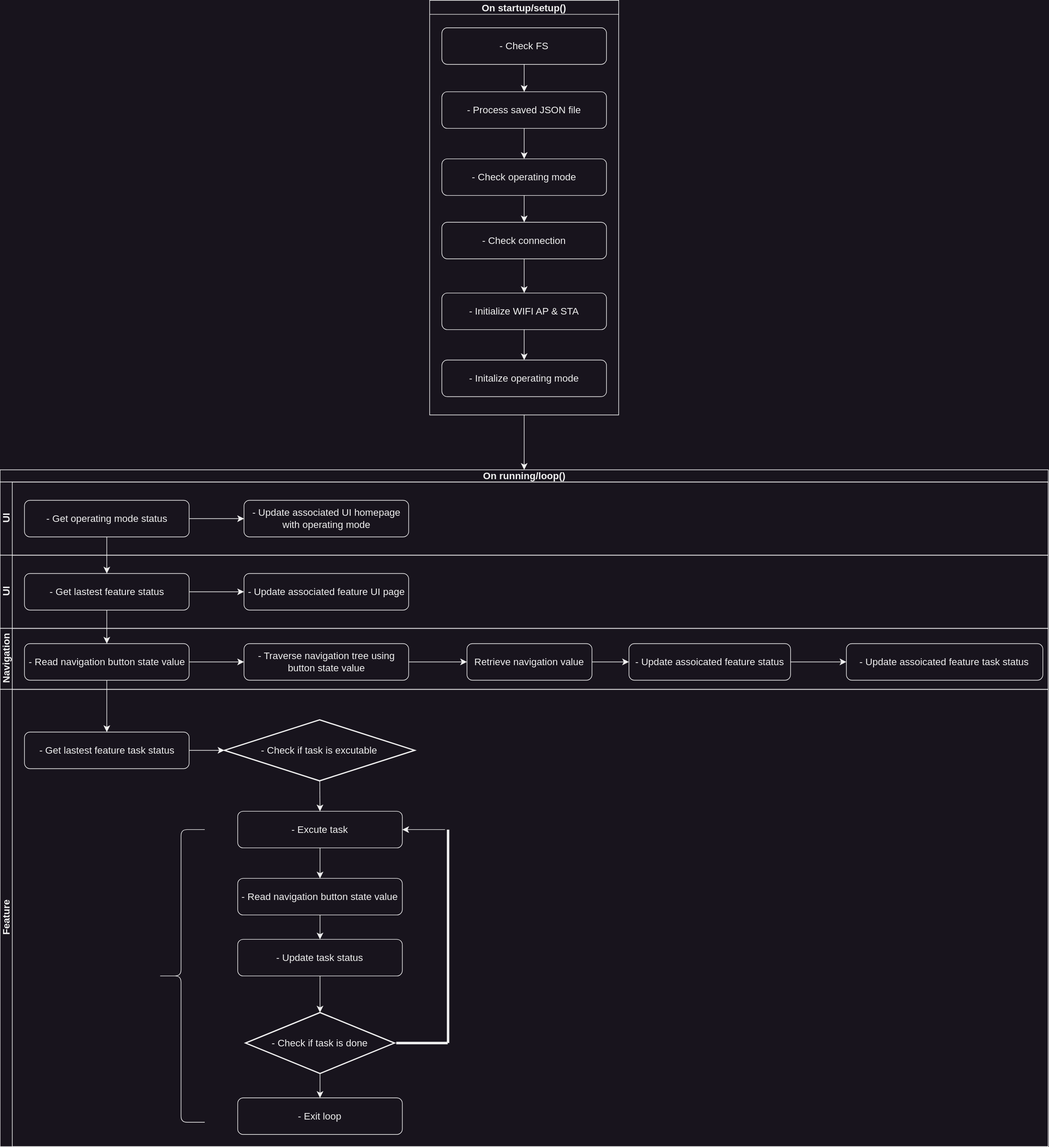
Above: Workflows/Device Firmware Flowchart-General.drawio.svg in kirichain/RFID (draw.io), before the change. Source tidied: cells renumbered, new cells last; positions are measured from the earlier drawing's top-left corner, leaving out a move shared by most shapes.
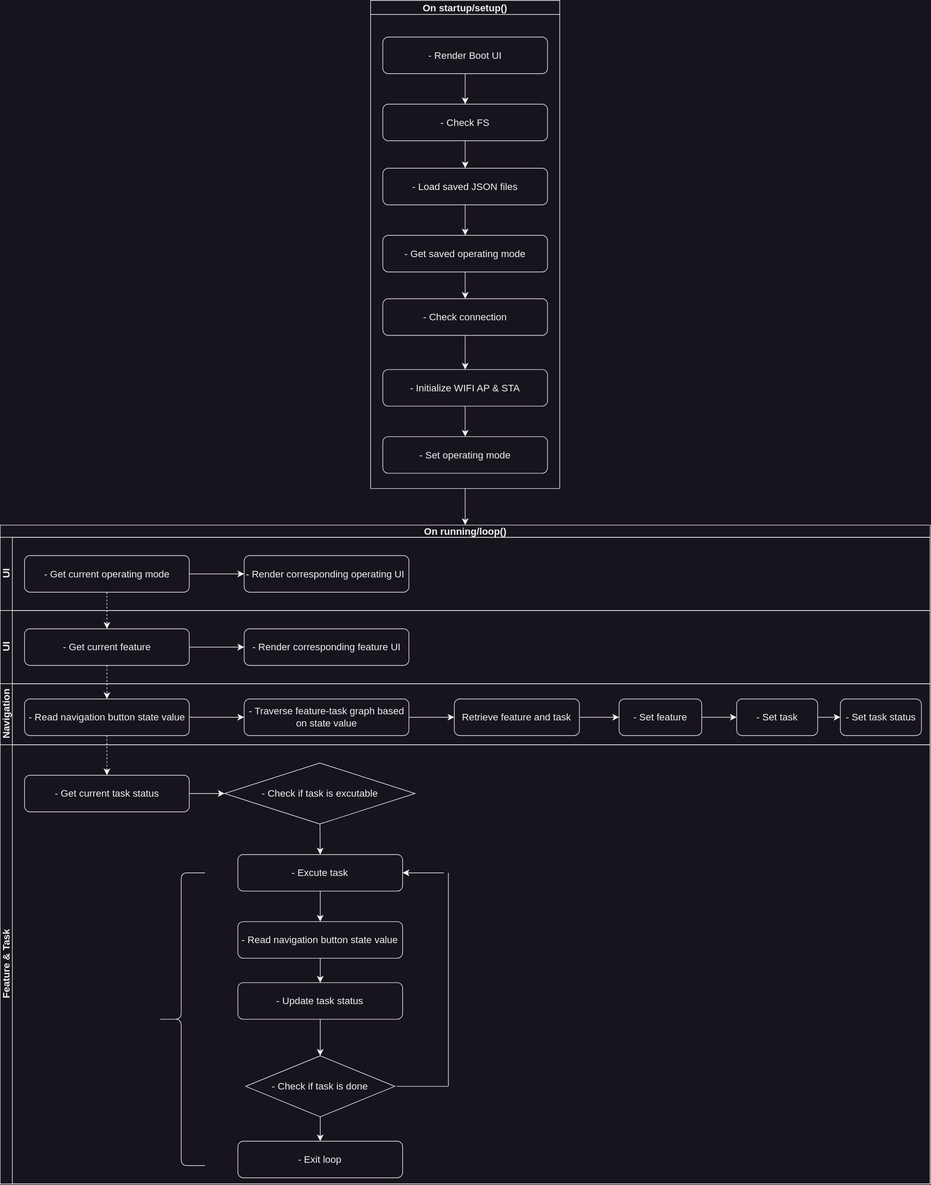
Later version of the same file.

Diff of the diagram source:
```diff
@@ -6,76 +6,82 @@
       <mxGeometry relative="1" as="geometry" />
     </mxCell>
     <mxCell id="3" value="On startup/setup()" style="swimlane;fontSize=16;" parent="1" vertex="1">
-      <mxGeometry x="704" width="310" height="680" as="geometry" />
+      <mxGeometry x="704" width="310" height="800" as="geometry" />
     </mxCell>
     <mxCell id="4" style="edgeStyle=none;curved=1;rounded=0;jettySize=auto;html=1;entryX=0.5;entryY=0;entryDx=0;entryDy=0;fontSize=12;startSize=8;endSize=8;" parent="3" edge="1" source="5" target="7">
       <mxGeometry relative="1" as="geometry" />
     </mxCell>
     <mxCell id="5" value="- Check FS" style="rounded=1;whiteSpace=wrap;html=1;fontSize=16;" parent="3" vertex="1">
-      <mxGeometry x="20" y="45" width="270" height="60" as="geometry" />
+      <mxGeometry x="20" y="170" width="270" height="60" as="geometry" />
     </mxCell>
     <mxCell id="6" style="edgeStyle=none;curved=1;rounded=0;jettySize=auto;html=1;entryX=0.5;entryY=0;entryDx=0;entryDy=0;fontSize=12;startSize=8;endSize=8;" parent="3" edge="1" source="7" target="9">
       <mxGeometry relative="1" as="geometry" />
     </mxCell>
-    <mxCell id="7" value="- Process saved JSON file" style="rounded=1;whiteSpace=wrap;html=1;fontSize=16;" parent="3" vertex="1">
-      <mxGeometry x="20" y="150" width="270" height="60" as="geometry" />
+    <mxCell id="7" value="- Load saved JSON files" style="rounded=1;whiteSpace=wrap;html=1;fontSize=16;" parent="3" vertex="1">
+      <mxGeometry x="20" y="275" width="270" height="60" as="geometry" />
     </mxCell>
     <mxCell id="8" style="edgeStyle=none;curved=1;rounded=0;jettySize=auto;html=1;entryX=0.5;entryY=0;entryDx=0;entryDy=0;fontSize=12;startSize=8;endSize=8;" parent="3" edge="1" source="9" target="11">
       <mxGeometry relative="1" as="geometry" />
     </mxCell>
-    <mxCell id="9" value="- Check operating mode" style="rounded=1;whiteSpace=wrap;html=1;fontSize=16;" parent="3" vertex="1">
-      <mxGeometry x="20" y="260" width="270" height="60" as="geometry" />
+    <mxCell id="9" value="- Get saved operating mode" style="rounded=1;whiteSpace=wrap;html=1;fontSize=16;" parent="3" vertex="1">
+      <mxGeometry x="20" y="385" width="270" height="60" as="geometry" />
     </mxCell>
     <mxCell id="10" style="edgeStyle=none;curved=1;rounded=0;jettySize=auto;html=1;entryX=0.5;entryY=0;entryDx=0;entryDy=0;fontSize=12;startSize=8;endSize=8;" parent="3" edge="1" source="11" target="13">
       <mxGeometry relative="1" as="geometry" />
     </mxCell>
     <mxCell id="11" value="- Check connection" style="rounded=1;whiteSpace=wrap;html=1;fontSize=16;" parent="3" vertex="1">
-      <mxGeometry x="20" y="364" width="270" height="60" as="geometry" />
+      <mxGeometry x="20" y="489" width="270" height="60" as="geometry" />
     </mxCell>
     <mxCell id="12" style="edgeStyle=none;curved=1;rounded=0;jettySize=auto;html=1;entryX=0.5;entryY=0;entryDx=0;entryDy=0;fontSize=12;startSize=8;endSize=8;" parent="3" edge="1" source="13" target="14">
       <mxGeometry relative="1" as="geometry" />
     </mxCell>
     <mxCell id="13" value="- Initialize WIFI AP &amp;amp; STA" style="rounded=1;whiteSpace=wrap;html=1;fontSize=16;" parent="3" vertex="1">
-      <mxGeometry x="20" y="480" width="270" height="60" as="geometry" />
+      <mxGeometry x="20" y="605" width="270" height="60" as="geometry" />
     </mxCell>
-    <mxCell id="14" value="- Initalize operating mode" style="rounded=1;whiteSpace=wrap;html=1;fontSize=16;" parent="3" vertex="1">
-      <mxGeometry x="20" y="590" width="270" height="60" as="geometry" />
+    <mxCell id="14" value="- Set operating mode" style="rounded=1;whiteSpace=wrap;html=1;fontSize=16;" parent="3" vertex="1">
+      <mxGeometry x="20" y="715" width="270" height="60" as="geometry" />
     </mxCell>
+    <mxCell id="55" style="edgeStyle=none;curved=1;rounded=0;jettySize=auto;html=1;entryX=0.5;entryY=0;entryDx=0;entryDy=0;fontSize=12;startSize=8;endSize=8;" parent="3" edge="1" source="56" target="5">
+      <mxGeometry relative="1" as="geometry" />
+    </mxCell>
+    <mxCell id="56" value="- Render Boot UI" style="rounded=1;whiteSpace=wrap;html=1;fontSize=16;" parent="3" vertex="1">
+      <mxGeometry x="20" y="60" width="270" height="60" as="geometry" />
+    </mxCell>
     <mxCell id="15" value="On running/loop()" style="swimlane;horizontal=1;startSize=20;html=1;fontSize=16;" parent="1" vertex="1">
-      <mxGeometry x="-0.5" y="770" width="1718.9" height="1110" as="geometry" />
+      <mxGeometry x="96.8" y="860" width="1524.5" height="1080" as="geometry" />
     </mxCell>
     <mxCell id="16" value="UI" style="swimlane;startSize=20;horizontal=0;html=1;fontSize=16;" parent="15" vertex="1">
-      <mxGeometry y="20" width="1718.9" height="120" as="geometry" />
+      <mxGeometry y="20" width="1524.5" height="120" as="geometry" />
     </mxCell>
     <mxCell id="17" style="edgeStyle=none;curved=1;rounded=0;jettySize=auto;html=1;entryX=0;entryY=0.5;entryDx=0;entryDy=0;fontSize=12;startSize=8;endSize=8;" parent="16" edge="1" source="18" target="19">
       <mxGeometry relative="1" as="geometry" />
     </mxCell>
-    <mxCell id="18" value="- Get operating mode status" style="rounded=1;whiteSpace=wrap;html=1;fontSize=16;" parent="16" vertex="1">
+    <mxCell id="18" value="- Get current operating mode" style="rounded=1;whiteSpace=wrap;html=1;fontSize=16;" parent="16" vertex="1">
       <mxGeometry x="40" y="30" width="270" height="60" as="geometry" />
     </mxCell>
-    <mxCell id="19" value="- Update associated UI homepage with operating mode" style="rounded=1;whiteSpace=wrap;html=1;fontSize=16;" parent="16" vertex="1">
+    <mxCell id="19" value="- Render corresponding operating UI&amp;nbsp;" style="rounded=1;whiteSpace=wrap;html=1;fontSize=16;" parent="16" vertex="1">
       <mxGeometry x="400" y="30" width="270" height="60" as="geometry" />
     </mxCell>
     <mxCell id="20" value="UI" style="swimlane;startSize=20;horizontal=0;html=1;fontSize=16;" parent="15" vertex="1">
-      <mxGeometry y="140" width="1718.9" height="120" as="geometry" />
+      <mxGeometry y="140" width="1524.5" height="120" as="geometry" />
     </mxCell>
     <mxCell id="21" style="edgeStyle=none;curved=1;rounded=0;jettySize=auto;html=1;entryX=0;entryY=0.5;entryDx=0;entryDy=0;fontSize=12;startSize=8;endSize=8;" parent="20" edge="1" source="22" target="23">
       <mxGeometry relative="1" as="geometry" />
     </mxCell>
-    <mxCell id="22" value="- Get lastest feature status" style="rounded=1;whiteSpace=wrap;html=1;fontSize=16;" parent="20" vertex="1">
+    <mxCell id="22" value="- Get current feature" style="rounded=1;whiteSpace=wrap;html=1;fontSize=16;" parent="20" vertex="1">
       <mxGeometry x="40" y="30" width="270" height="60" as="geometry" />
     </mxCell>
-    <mxCell id="23" value="- Update associated feature UI page" style="rounded=1;whiteSpace=wrap;html=1;fontSize=16;" parent="20" vertex="1">
+    <mxCell id="23" value="- Render corresponding&amp;nbsp;feature UI" style="rounded=1;whiteSpace=wrap;html=1;fontSize=16;" parent="20" vertex="1">
       <mxGeometry x="400" y="30" width="270" height="60" as="geometry" />
     </mxCell>
-    <mxCell id="24" style="edgeStyle=none;curved=1;rounded=0;jettySize=auto;html=1;entryX=0.5;entryY=0;entryDx=0;entryDy=0;fontSize=12;startSize=8;endSize=8;" parent="15" edge="1" source="18" target="22">
+    <mxCell id="24" style="edgeStyle=none;curved=1;rounded=0;jettySize=auto;html=1;entryX=0.5;entryY=0;entryDx=0;entryDy=0;fontSize=12;startSize=8;endSize=8;dashed=1;" parent="15" edge="1" source="18" target="22">
       <mxGeometry relative="1" as="geometry" />
     </mxCell>
-    <mxCell id="25" style="edgeStyle=none;curved=1;rounded=0;jettySize=auto;html=1;entryX=0.5;entryY=0;entryDx=0;entryDy=0;fontSize=12;startSize=8;endSize=8;" parent="15" edge="1" source="22" target="28">
+    <mxCell id="25" style="edgeStyle=none;curved=1;rounded=0;jettySize=auto;html=1;entryX=0.5;entryY=0;entryDx=0;entryDy=0;fontSize=12;startSize=8;endSize=8;dashed=1;" parent="15" edge="1" source="22" target="28">
       <mxGeometry relative="1" as="geometry" />
     </mxCell>
     <mxCell id="26" value="Navigation" style="swimlane;startSize=20;horizontal=0;html=1;fontSize=16;" parent="15" vertex="1">
-      <mxGeometry y="260" width="1718.9" height="100" as="geometry" />
+      <mxGeometry y="260" width="1524.5" height="100" as="geometry" />
     </mxCell>
     <mxCell id="27" style="edgeStyle=none;curved=1;rounded=0;jettySize=auto;html=1;entryX=0;entryY=0.5;entryDx=0;entryDy=0;fontSize=12;startSize=8;endSize=8;" parent="26" edge="1" source="28" target="30">
       <mxGeometry relative="1" as="geometry" />
@@ -86,81 +92,87 @@
     <mxCell id="29" style="edgeStyle=none;curved=1;rounded=0;jettySize=auto;html=1;entryX=0;entryY=0.5;entryDx=0;entryDy=0;fontSize=12;startSize=8;endSize=8;" parent="26" edge="1" source="30" target="32">
       <mxGeometry relative="1" as="geometry" />
     </mxCell>
-    <mxCell id="30" value="- Traverse navigation tree using button state value" style="rounded=1;whiteSpace=wrap;html=1;fontSize=16;" parent="26" vertex="1">
+    <mxCell id="30" value="- Traverse feature-task graph based on state value" style="rounded=1;whiteSpace=wrap;html=1;fontSize=16;" parent="26" vertex="1">
       <mxGeometry x="400" y="25" width="270" height="60" as="geometry" />
     </mxCell>
     <mxCell id="31" style="edgeStyle=none;curved=1;rounded=0;jettySize=auto;html=1;entryX=0;entryY=0.5;entryDx=0;entryDy=0;fontSize=12;startSize=8;endSize=8;" parent="26" edge="1" source="32" target="34">
       <mxGeometry relative="1" as="geometry" />
     </mxCell>
-    <mxCell id="32" value="Retrieve navigation value" style="rounded=1;whiteSpace=wrap;html=1;fontSize=16;" parent="26" vertex="1">
-      <mxGeometry x="765.6" y="25" width="205" height="60" as="geometry" />
+    <mxCell id="32" value="Retrieve feature and task" style="rounded=1;whiteSpace=wrap;html=1;fontSize=16;" parent="26" vertex="1">
+      <mxGeometry x="744.5" y="25" width="205" height="60" as="geometry" />
     </mxCell>
     <mxCell id="33" style="edgeStyle=none;curved=1;rounded=0;jettySize=auto;html=1;entryX=0;entryY=0.5;entryDx=0;entryDy=0;fontSize=12;startSize=8;endSize=8;" parent="26" edge="1" source="34" target="35">
       <mxGeometry relative="1" as="geometry" />
     </mxCell>
-    <mxCell id="34" value="- Update assoicated feature status" style="rounded=1;whiteSpace=wrap;html=1;fontSize=16;" parent="26" vertex="1">
-      <mxGeometry x="1031.2" y="25" width="265" height="60" as="geometry" />
+    <mxCell id="34" value="- Set feature" style="rounded=1;whiteSpace=wrap;html=1;fontSize=16;" parent="26" vertex="1">
+      <mxGeometry x="1014.5" y="25" width="135.5" height="60" as="geometry" />
     </mxCell>
+    <mxCell id="57" style="edgeStyle=none;curved=1;rounded=0;jettySize=auto;html=1;entryX=0;entryY=0.5;entryDx=0;entryDy=0;fontSize=12;startSize=8;endSize=8;" parent="26" edge="1" source="35" target="58">
+      <mxGeometry relative="1" as="geometry" />
+    </mxCell>
-    <mxCell id="35" value="- Update assoicated feature task status" style="rounded=1;whiteSpace=wrap;html=1;fontSize=16;" parent="26" vertex="1">
-      <mxGeometry x="1387.8" y="25" width="322.2" height="60" as="geometry" />
+    <mxCell id="35" value="- Set task" style="rounded=1;whiteSpace=wrap;html=1;fontSize=16;" parent="26" vertex="1">
+      <mxGeometry x="1207.2" y="25" width="132.8" height="60" as="geometry" />
     </mxCell>
+    <mxCell id="58" value="- Set task status" style="rounded=1;whiteSpace=wrap;html=1;fontSize=16;" parent="26" vertex="1">
+      <mxGeometry x="1377.2" y="25" width="132.8" height="60" as="geometry" />
+    </mxCell>
-    <mxCell id="36" value="Feature" style="swimlane;startSize=20;horizontal=0;html=1;fontSize=16;" parent="15" vertex="1">
-      <mxGeometry y="360" width="1718.9" height="750" as="geometry" />
+    <mxCell id="36" value="Feature &amp;amp; Task" style="swimlane;startSize=20;horizontal=0;html=1;fontSize=16;" parent="15" vertex="1">
+      <mxGeometry y="360" width="1524.5" height="720" as="geometry" />
     </mxCell>
-    <mxCell id="37" value="- Get lastest feature task status" style="rounded=1;whiteSpace=wrap;html=1;fontSize=16;" parent="36" vertex="1">
-      <mxGeometry x="40" y="70" width="270" height="60" as="geometry" />
+    <mxCell id="37" value="- Get current task status" style="rounded=1;whiteSpace=wrap;html=1;fontSize=16;" parent="36" vertex="1">
+      <mxGeometry x="40" y="50" width="270" height="60" as="geometry" />
     </mxCell>
     <mxCell id="38" style="edgeStyle=none;curved=1;rounded=0;jettySize=auto;html=1;entryX=0.5;entryY=0;entryDx=0;entryDy=0;fontSize=12;startSize=8;endSize=8;" parent="36" edge="1" source="39" target="41">
       <mxGeometry relative="1" as="geometry" />
     </mxCell>
     <mxCell id="39" value="- Excute task" style="rounded=1;whiteSpace=wrap;html=1;fontSize=16;" parent="36" vertex="1">
-      <mxGeometry x="389.6" y="200" width="270" height="60" as="geometry" />
+      <mxGeometry x="389.6" y="180" width="270" height="60" as="geometry" />
     </mxCell>
     <mxCell id="40" style="edgeStyle=none;curved=1;rounded=0;jettySize=auto;html=1;entryX=0.5;entryY=0;entryDx=0;entryDy=0;fontSize=12;startSize=8;endSize=8;" parent="36" edge="1" source="41" target="52">
       <mxGeometry relative="1" as="geometry" />
     </mxCell>
     <mxCell id="41" value="- Read navigation button state value" style="rounded=1;whiteSpace=wrap;html=1;fontSize=16;" parent="36" vertex="1">
-      <mxGeometry x="389.6" y="310" width="270" height="60" as="geometry" />
+      <mxGeometry x="389.6" y="290" width="270" height="60" as="geometry" />
     </mxCell>
     <mxCell id="42" style="edgeStyle=none;curved=1;rounded=0;jettySize=auto;html=1;entryX=0.5;entryY=0;entryDx=0;entryDy=0;fontSize=12;startSize=8;endSize=8;" parent="36" edge="1" source="43" target="44">
       <mxGeometry relative="1" as="geometry" />
     </mxCell>
-    <mxCell id="43" value="- Check if task is done" style="strokeWidth=2;html=1;shape=mxgraph.flowchart.decision;whiteSpace=wrap;fontSize=16;" parent="36" vertex="1">
-      <mxGeometry x="402.4" y="530" width="244.4" height="100" as="geometry" />
+    <mxCell id="43" value="- Check if task is done" style="strokeWidth=1;html=1;shape=mxgraph.flowchart.decision;whiteSpace=wrap;fontSize=16;" parent="36" vertex="1">
+      <mxGeometry x="402.4" y="510" width="244.4" height="100" as="geometry" />
     </mxCell>
     <mxCell id="44" value="- Exit loop" style="rounded=1;whiteSpace=wrap;html=1;fontSize=16;" parent="36" vertex="1">
-      <mxGeometry x="389.6" y="670" width="270" height="60" as="geometry" />
+      <mxGeometry x="389.6" y="650" width="270" height="60" as="geometry" />
     </mxCell>
-    <mxCell id="45" style="line;strokeWidth=4;html=1;perimeter=backbonePerimeter;fontSize=16;" parent="36" vertex="1">
-      <mxGeometry x="649.6" y="575" width="84.4" height="10" as="geometry" />
+    <mxCell id="45" style="line;strokeWidth=1;html=1;perimeter=backbonePerimeter;fontSize=16;" parent="36" vertex="1">
+      <mxGeometry x="649.6" y="555" width="84.4" height="10" as="geometry" />
     </mxCell>
     <mxCell id="46" style="endArrow=classic;html=1;rounded=0;fontSize=12;startSize=8;endSize=8;curved=1;entryX=1;entryY=0.5;entryDx=0;entryDy=0;" parent="36" edge="1" target="39">
       <mxGeometry relative="1" as="geometry">
-        <mxPoint x="729.6" y="230" as="sourcePoint" />
+        <mxPoint x="727.2" y="210" as="sourcePoint" />
       </mxGeometry>
     </mxCell>
-    <mxCell id="47" style="line;strokeWidth=4;direction=south;html=1;perimeter=backbonePerimeter;fontSize=16;" parent="36" vertex="1">
-      <mxGeometry x="729.6" y="230" width="10" height="350" as="geometry" />
+    <mxCell id="47" style="line;strokeWidth=1;direction=south;html=1;perimeter=backbonePerimeter;fontSize=16;" parent="36" vertex="1">
+      <mxGeometry x="729.6" y="210" width="10" height="350" as="geometry" />
     </mxCell>
     <mxCell id="48" style="edgeStyle=none;curved=1;rounded=0;jettySize=auto;html=1;entryX=0.5;entryY=0;entryDx=0;entryDy=0;fontSize=12;startSize=8;endSize=8;" parent="36" edge="1" source="49" target="39">
       <mxGeometry relative="1" as="geometry" />
     </mxCell>
-    <mxCell id="49" value="- Check if task is excutable" style="strokeWidth=2;html=1;shape=mxgraph.flowchart.decision;whiteSpace=wrap;fontSize=16;" parent="36" vertex="1">
-      <mxGeometry x="367.8" y="50" width="312.2" height="100" as="geometry" />
+    <mxCell id="49" value="- Check if task is excutable" style="strokeWidth=1;html=1;shape=mxgraph.flowchart.decision;whiteSpace=wrap;fontSize=16;" parent="36" vertex="1">
+      <mxGeometry x="367.8" y="30" width="312.2" height="100" as="geometry" />
     </mxCell>
     <mxCell id="50" style="edgeStyle=none;curved=1;rounded=0;jettySize=auto;html=1;entryX=0;entryY=0.5;entryDx=0;entryDy=0;entryPerimeter=0;fontSize=12;startSize=8;endSize=8;" parent="36" edge="1" source="37" target="49">
       <mxGeometry relative="1" as="geometry" />
     </mxCell>
     <mxCell id="51" style="shape=curlyBracket;whiteSpace=wrap;html=1;rounded=1;labelPosition=left;verticalLabelPosition=middle;align=right;verticalAlign=middle;fontSize=16;" parent="36" vertex="1">
-      <mxGeometry x="257.8" y="230" width="77.8" height="480" as="geometry" />
+      <mxGeometry x="257.8" y="210" width="77.8" height="480" as="geometry" />
     </mxCell>
     <mxCell id="52" value="- Update task status" style="rounded=1;whiteSpace=wrap;html=1;fontSize=16;" parent="36" vertex="1">
-      <mxGeometry x="389.6" y="410" width="270" height="60" as="geometry" />
+      <mxGeometry x="389.6" y="390" width="270" height="60" as="geometry" />
     </mxCell>
     <mxCell id="53" style="edgeStyle=none;curved=1;rounded=0;jettySize=auto;html=1;entryX=0.5;entryY=0;entryDx=0;entryDy=0;entryPerimeter=0;fontSize=12;startSize=8;endSize=8;" parent="36" edge="1" source="52" target="43">
       <mxGeometry relative="1" as="geometry" />
     </mxCell>
-    <mxCell id="54" style="edgeStyle=none;curved=1;rounded=0;jettySize=auto;html=1;entryX=0.5;entryY=0;entryDx=0;entryDy=0;fontSize=12;startSize=8;endSize=8;" parent="15" edge="1" source="28" target="37">
+    <mxCell id="54" style="edgeStyle=none;curved=1;rounded=0;jettySize=auto;html=1;entryX=0.5;entryY=0;entryDx=0;entryDy=0;fontSize=12;startSize=8;endSize=8;dashed=1;" parent="15" edge="1" source="28" target="37">
       <mxGeometry relative="1" as="geometry" />
     </mxCell>
   </root>
```
